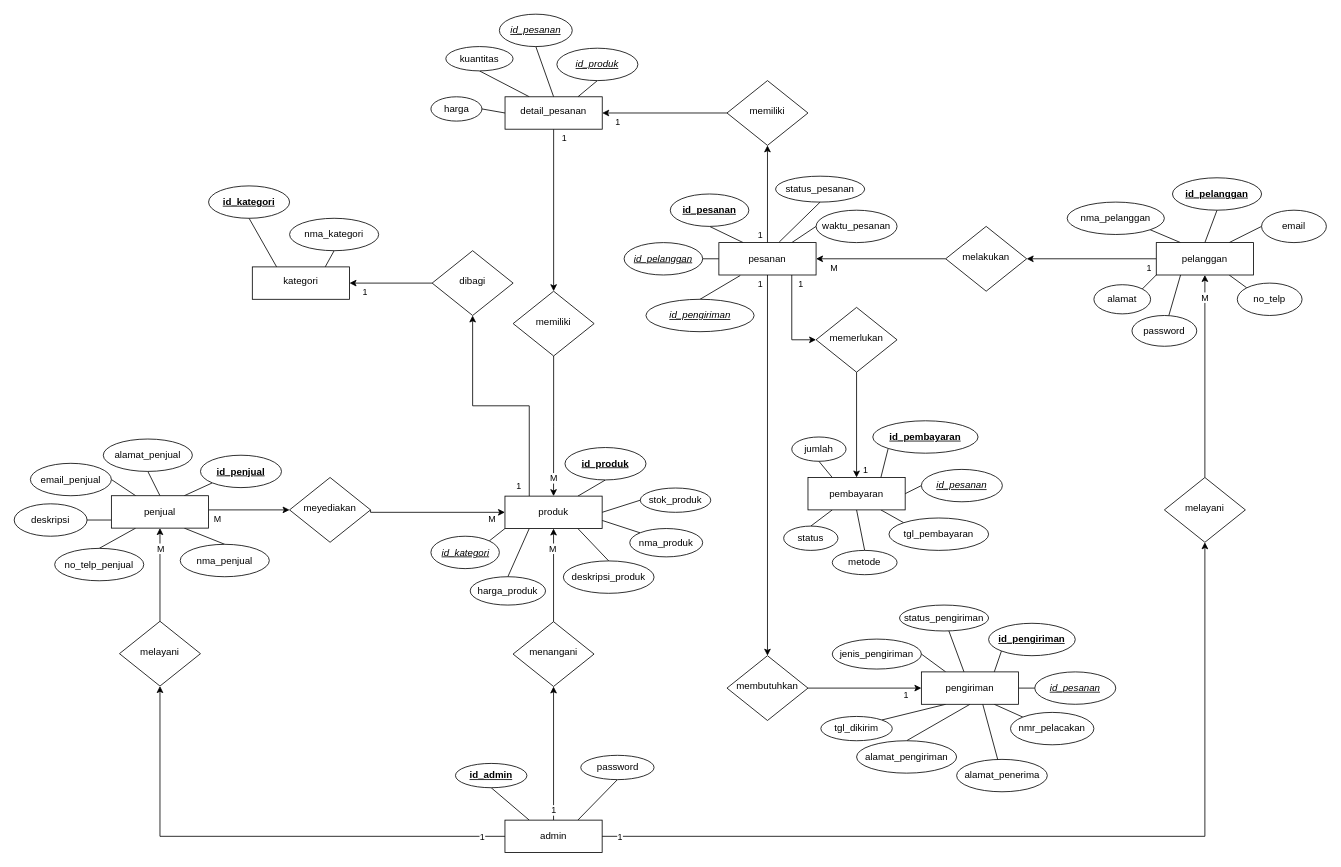
vinnnna/sistem-basis-data keeps this draw.io diagram as e-commerce_erd.drawio. Above is the earlier version. Source tidied: cells renumbered, new cells numbered last; positions are measured from the earlier drawing's top-left corner, leaving out a move shared by most shapes. Both pictures are drawn from the tidied source at 81%, with x=0, y=0 at pixel (14, 14).
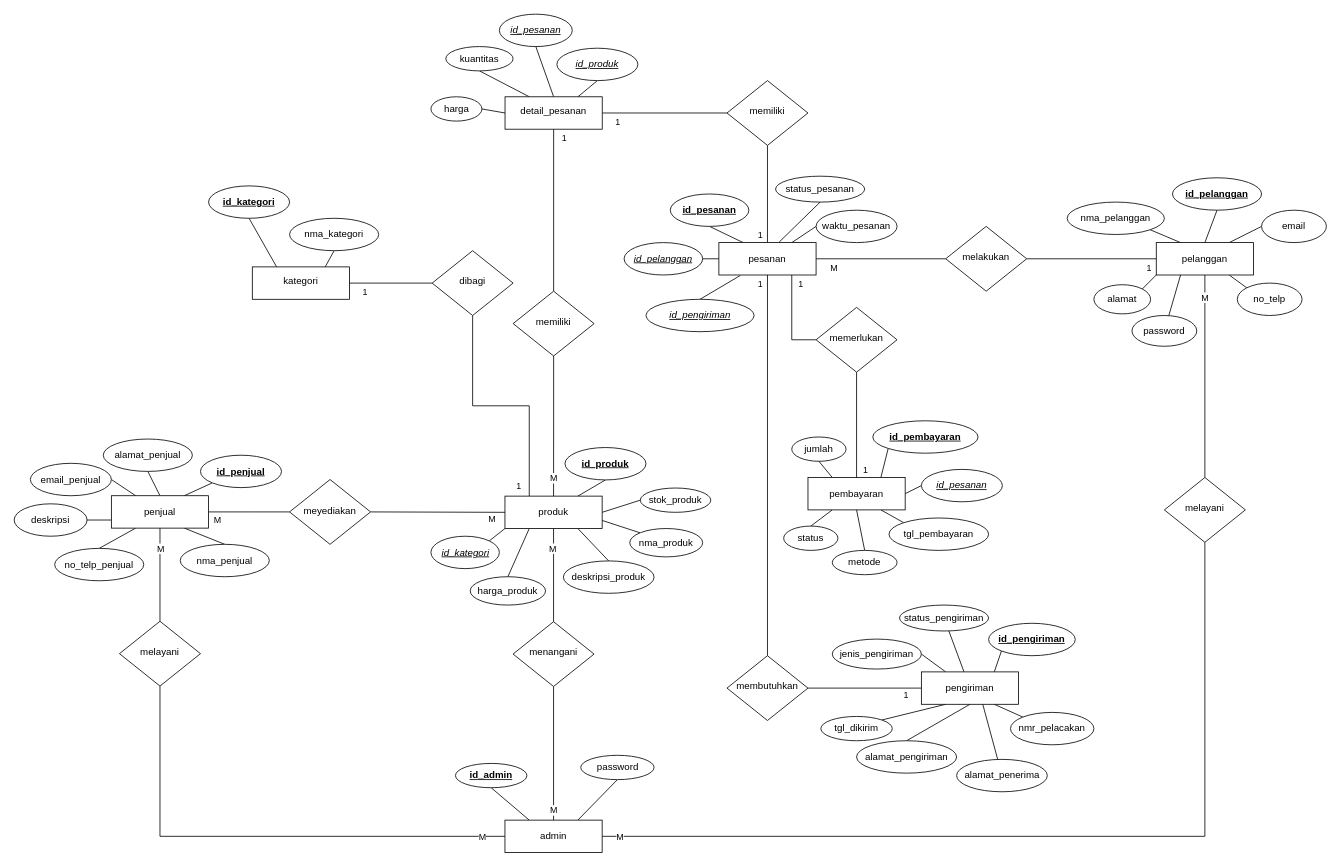
After the change.

Unchanged cells that the change refers to:
```xml
<mxCell id="10" value="admin" style="rounded=1;whiteSpace=wrap;html=1;fontSize=12;glass=0;strokeWidth=1;shadow=0;arcSize=0;" parent="1" vertex="1">
  <mxGeometry x="605.9" y="995" width="120" height="40" as="geometry" />
</mxCell>
<mxCell id="19" value="produk" style="rounded=1;whiteSpace=wrap;html=1;fontSize=12;glass=0;strokeWidth=1;shadow=0;arcSize=0;" parent="1" vertex="1">
  <mxGeometry x="605.9" y="595" width="120" height="40" as="geometry" />
</mxCell>
<mxCell id="22" value="melakukan" style="rhombus;whiteSpace=wrap;html=1;shadow=0;fontFamily=Helvetica;fontSize=12;align=center;strokeWidth=1;spacing=6;spacingTop=-4;" parent="1" vertex="1">
  <mxGeometry x="1150" y="262" width="100" height="80" as="geometry" />
</mxCell>
<mxCell id="35" value="pesanan" style="rounded=1;whiteSpace=wrap;html=1;fontSize=12;glass=0;strokeWidth=1;shadow=0;arcSize=0;" parent="1" vertex="1">
  <mxGeometry x="870" y="282" width="120" height="40" as="geometry" />
</mxCell>
<mxCell id="42" value="pembayaran" style="rounded=1;whiteSpace=wrap;html=1;fontSize=12;glass=0;strokeWidth=1;shadow=0;arcSize=0;" parent="1" vertex="1">
  <mxGeometry x="980" y="572" width="120" height="40" as="geometry" />
</mxCell>
<mxCell id="51" value="penjual" style="rounded=1;whiteSpace=wrap;html=1;fontSize=12;glass=0;strokeWidth=1;shadow=0;arcSize=0;" parent="1" vertex="1">
  <mxGeometry x="120" y="594.5" width="120" height="40" as="geometry" />
</mxCell>
<mxCell id="60" value="pelanggan" style="rounded=1;whiteSpace=wrap;html=1;fontSize=12;glass=0;strokeWidth=1;shadow=0;arcSize=0;" parent="1" vertex="1">
  <mxGeometry x="1410" y="282" width="120" height="40" as="geometry" />
</mxCell>
<mxCell id="63" value="memiliki" style="rhombus;whiteSpace=wrap;html=1;shadow=0;fontFamily=Helvetica;fontSize=12;align=center;strokeWidth=1;spacing=6;spacingTop=-4;" parent="1" vertex="1">
  <mxGeometry x="616" y="342" width="100" height="80" as="geometry" />
</mxCell>
<mxCell id="66" value="memerlukan" style="rhombus;whiteSpace=wrap;html=1;shadow=0;fontFamily=Helvetica;fontSize=12;align=center;strokeWidth=1;spacing=6;spacingTop=-4;" parent="1" vertex="1">
  <mxGeometry x="990" y="362" width="100" height="80" as="geometry" />
</mxCell>
<mxCell id="70" value="menangani" style="rhombus;whiteSpace=wrap;html=1;shadow=0;fontFamily=Helvetica;fontSize=12;align=center;strokeWidth=1;spacing=6;spacingTop=-4;" parent="1" vertex="1">
  <mxGeometry x="615.9" y="750" width="100" height="80" as="geometry" />
</mxCell>
<mxCell id="75" value="melayani" style="rhombus;whiteSpace=wrap;html=1;shadow=0;fontFamily=Helvetica;fontSize=12;align=center;strokeWidth=1;spacing=6;spacingTop=-4;" parent="1" vertex="1">
  <mxGeometry x="130" y="749.5" width="100" height="80" as="geometry" />
</mxCell>
<mxCell id="78" value="melayani" style="rhombus;whiteSpace=wrap;html=1;shadow=0;fontFamily=Helvetica;fontSize=12;align=center;strokeWidth=1;spacing=6;spacingTop=-4;" parent="1" vertex="1">
  <mxGeometry x="1420" y="572" width="100" height="80" as="geometry" />
</mxCell>
<mxCell id="81" value="memiliki" style="rhombus;whiteSpace=wrap;html=1;shadow=0;fontFamily=Helvetica;fontSize=12;align=center;strokeWidth=1;spacing=6;spacingTop=-4;" parent="1" vertex="1">
  <mxGeometry x="880" y="82" width="100" height="80" as="geometry" />
</mxCell>
<mxCell id="86" value="detail_pesanan" style="whiteSpace=wrap;html=1;shadow=0;strokeWidth=1;spacing=6;spacingTop=-4;" parent="1" vertex="1">
  <mxGeometry x="606" y="102" width="120" height="40" as="geometry" />
</mxCell>
<mxCell id="89" value="kategori" style="whiteSpace=wrap;html=1;shadow=0;strokeWidth=1;spacing=6;spacingTop=-4;" parent="1" vertex="1">
  <mxGeometry x="294" y="312" width="120" height="40" as="geometry" />
</mxCell>
<mxCell id="92" value="dibagi" style="rhombus;whiteSpace=wrap;html=1;shadow=0;fontFamily=Helvetica;fontSize=12;align=center;strokeWidth=1;spacing=6;spacingTop=-4;" parent="1" vertex="1">
  <mxGeometry x="516" y="292" width="100" height="80" as="geometry" />
</mxCell>
<mxCell id="95" value="membutuhkan" style="rhombus;whiteSpace=wrap;html=1;shadow=0;fontFamily=Helvetica;fontSize=12;align=center;strokeWidth=1;spacing=6;spacingTop=-4;" parent="1" vertex="1">
  <mxGeometry x="880" y="792" width="100" height="80" as="geometry" />
</mxCell>
<mxCell id="103" value="pengiriman" style="rounded=1;whiteSpace=wrap;html=1;fontSize=12;glass=0;strokeWidth=1;shadow=0;arcSize=0;" parent="1" vertex="1">
  <mxGeometry x="1120" y="812" width="120" height="40" as="geometry" />
</mxCell>
```

What changed in the source:
```diff
@@
-    <mxCell id="2" style="edgeStyle=orthogonalEdgeStyle;rounded=0;jettySize=auto;html=1;exitX=0.5;exitY=0;exitDx=0;exitDy=0;entryX=0.5;entryY=1;entryDx=0;entryDy=0;" parent="1" edge="1" source="10" target="70">
+    <mxCell id="2" style="edgeStyle=orthogonalEdgeStyle;rounded=0;jettySize=auto;html=1;exitX=0.5;exitY=0;exitDx=0;exitDy=0;entryX=0.5;entryY=1;entryDx=0;entryDy=0;endArrow=none;endFill=0;" parent="1" edge="1" source="10" target="70">
       <mxGeometry relative="1" as="geometry" />
     </mxCell>
-    <mxCell id="3" value="1" style="edgeLabel;html=1;align=center;verticalAlign=middle;" parent="2" vertex="1">
+    <mxCell id="3" value="M" style="edgeLabel;html=1;align=center;verticalAlign=middle;" parent="2" vertex="1">
       <mxGeometry x="-0.84" relative="1" as="geometry" />
     </mxCell>
-    <mxCell id="4" style="edgeStyle=orthogonalEdgeStyle;rounded=0;jettySize=auto;html=1;entryX=0.5;entryY=1;entryDx=0;entryDy=0;exitX=0;exitY=0.5;exitDx=0;exitDy=0;" parent="1" edge="1" source="10" target="75">
+    <mxCell id="4" style="edgeStyle=orthogonalEdgeStyle;rounded=0;jettySize=auto;html=1;entryX=0.5;entryY=1;entryDx=0;entryDy=0;exitX=0;exitY=0.5;exitDx=0;exitDy=0;endArrow=none;endFill=0;" parent="1" edge="1" source="10" target="75">
       <mxGeometry relative="1" as="geometry" />
     </mxCell>
-    <mxCell id="5" value="1" style="edgeLabel;html=1;align=center;verticalAlign=middle;" parent="4" vertex="1">
+    <mxCell id="5" value="M" style="edgeLabel;html=1;align=center;verticalAlign=middle;" parent="4" vertex="1">
       <mxGeometry x="-0.91" relative="1" as="geometry" />
     </mxCell>
-    <mxCell id="6" style="edgeStyle=orthogonalEdgeStyle;rounded=0;jettySize=auto;html=1;exitX=0.5;exitY=0;exitDx=0;exitDy=0;entryX=0.5;entryY=1;entryDx=0;entryDy=0;" parent="1" edge="1" source="78" target="60">
+    <mxCell id="6" style="edgeStyle=orthogonalEdgeStyle;rounded=0;jettySize=auto;html=1;exitX=0.5;exitY=0;exitDx=0;exitDy=0;entryX=0.5;entryY=1;entryDx=0;entryDy=0;endArrow=none;endFill=0;" parent="1" edge="1" source="78" target="60">
       <mxGeometry relative="1" as="geometry" />
     </mxCell>
@@
-    <mxCell id="11" style="edgeStyle=orthogonalEdgeStyle;rounded=0;jettySize=auto;html=1;exitX=0.25;exitY=0;exitDx=0;exitDy=0;entryX=0.5;entryY=1;entryDx=0;entryDy=0;" parent="1" edge="1" source="19" target="92">
+    <mxCell id="11" style="edgeStyle=orthogonalEdgeStyle;rounded=0;jettySize=auto;html=1;exitX=0.25;exitY=0;exitDx=0;exitDy=0;entryX=0.5;entryY=1;entryDx=0;entryDy=0;endArrow=none;endFill=0;" parent="1" edge="1" source="19" target="92">
       <mxGeometry relative="1" as="geometry" />
     </mxCell>
@@
-    <mxCell id="20" style="edgeStyle=orthogonalEdgeStyle;rounded=0;jettySize=auto;html=1;exitX=0;exitY=0.5;exitDx=0;exitDy=0;entryX=1;entryY=0.5;entryDx=0;entryDy=0;" parent="1" edge="1" source="22" target="35">
+    <mxCell id="20" style="edgeStyle=orthogonalEdgeStyle;rounded=0;jettySize=auto;html=1;exitX=0;exitY=0.5;exitDx=0;exitDy=0;entryX=1;entryY=0.5;entryDx=0;entryDy=0;endArrow=none;endFill=0;" parent="1" edge="1" source="22" target="35">
       <mxGeometry relative="1" as="geometry" />
     </mxCell>
@@
-    <mxCell id="23" style="edgeStyle=orthogonalEdgeStyle;rounded=0;jettySize=auto;html=1;exitX=0.75;exitY=1;exitDx=0;exitDy=0;entryX=0;entryY=0.5;entryDx=0;entryDy=0;" parent="1" edge="1" source="35" target="66">
+    <mxCell id="23" style="edgeStyle=orthogonalEdgeStyle;rounded=0;jettySize=auto;html=1;exitX=0.75;exitY=1;exitDx=0;exitDy=0;entryX=0;entryY=0.5;entryDx=0;entryDy=0;endArrow=none;endFill=0;" parent="1" edge="1" source="35" target="66">
       <mxGeometry relative="1" as="geometry" />
     </mxCell>
@@
-    <mxCell id="25" style="edgeStyle=orthogonalEdgeStyle;rounded=0;jettySize=auto;html=1;exitX=0.5;exitY=1;exitDx=0;exitDy=0;entryX=0.5;entryY=0;entryDx=0;entryDy=0;" parent="1" edge="1" source="86" target="63">
+    <mxCell id="25" style="edgeStyle=orthogonalEdgeStyle;rounded=0;jettySize=auto;html=1;exitX=0.5;exitY=1;exitDx=0;exitDy=0;entryX=0.5;entryY=0;entryDx=0;entryDy=0;endArrow=none;endFill=0;" parent="1" edge="1" source="86" target="63">
       <mxGeometry relative="1" as="geometry" />
     </mxCell>
@@
-    <mxCell id="27" style="edgeStyle=orthogonalEdgeStyle;rounded=0;jettySize=auto;html=1;exitX=0.5;exitY=0;exitDx=0;exitDy=0;entryX=0.5;entryY=1;entryDx=0;entryDy=0;" parent="1" edge="1" source="35" target="81">
+    <mxCell id="27" style="edgeStyle=orthogonalEdgeStyle;rounded=0;jettySize=auto;html=1;exitX=0.5;exitY=0;exitDx=0;exitDy=0;entryX=0.5;entryY=1;entryDx=0;entryDy=0;endArrow=none;endFill=0;" parent="1" edge="1" source="35" target="81">
       <mxGeometry relative="1" as="geometry" />
     </mxCell>
@@
-    <mxCell id="29" style="edgeStyle=orthogonalEdgeStyle;rounded=0;jettySize=auto;html=1;exitX=0.5;exitY=1;exitDx=0;exitDy=0;entryX=0.5;entryY=0;entryDx=0;entryDy=0;" parent="1" edge="1" source="35" target="95">
+    <mxCell id="29" style="edgeStyle=orthogonalEdgeStyle;rounded=0;jettySize=auto;html=1;exitX=0.5;exitY=1;exitDx=0;exitDy=0;entryX=0.5;entryY=0;entryDx=0;entryDy=0;endArrow=none;endFill=0;" parent="1" edge="1" source="35" target="95">
       <mxGeometry relative="1" as="geometry" />
     </mxCell>
@@
-    <mxCell id="43" style="edgeStyle=orthogonalEdgeStyle;rounded=0;jettySize=auto;html=1;entryX=0;entryY=0.5;entryDx=0;entryDy=0;" parent="1" edge="1" source="51" target="69">
+    <mxCell id="43" style="edgeStyle=orthogonalEdgeStyle;rounded=0;jettySize=auto;html=1;entryX=0;entryY=0.5;entryDx=0;entryDy=0;endArrow=none;endFill=0;" parent="1" edge="1" source="51" target="69">
       <mxGeometry relative="1" as="geometry">
         <Array as="points">
-          <mxPoint x="340" y="612" />
+          <mxPoint x="290" y="615" />
+          <mxPoint x="290" y="615" />
         </Array>
       </mxGeometry>
     </mxCell>
@@
-    <mxCell id="52" style="edgeStyle=orthogonalEdgeStyle;rounded=0;jettySize=auto;html=1;exitX=0;exitY=0.5;exitDx=0;exitDy=0;entryX=1;entryY=0.5;entryDx=0;entryDy=0;" parent="1" edge="1" source="60" target="22">
+    <mxCell id="52" style="edgeStyle=orthogonalEdgeStyle;rounded=0;jettySize=auto;html=1;exitX=0;exitY=0.5;exitDx=0;exitDy=0;entryX=1;entryY=0.5;entryDx=0;entryDy=0;endArrow=none;endFill=0;" parent="1" edge="1" source="60" target="22">
       <mxGeometry relative="1" as="geometry" />
     </mxCell>
@@
-    <mxCell id="61" style="edgeStyle=orthogonalEdgeStyle;rounded=0;jettySize=auto;html=1;entryX=0.5;entryY=0;entryDx=0;entryDy=0;exitX=0.5;exitY=1;exitDx=0;exitDy=0;" parent="1" edge="1" source="63" target="19">
+    <mxCell id="61" style="edgeStyle=orthogonalEdgeStyle;rounded=0;jettySize=auto;html=1;entryX=0.5;entryY=0;entryDx=0;entryDy=0;exitX=0.5;exitY=1;exitDx=0;exitDy=0;endArrow=none;endFill=0;" parent="1" edge="1" source="63" target="19">
       <mxGeometry relative="1" as="geometry" />
     </mxCell>
@@
-    <mxCell id="64" style="edgeStyle=orthogonalEdgeStyle;rounded=0;jettySize=auto;html=1;" parent="1" edge="1" source="66" target="42">
+    <mxCell id="64" style="edgeStyle=orthogonalEdgeStyle;rounded=0;jettySize=auto;html=1;endArrow=none;endFill=0;" parent="1" edge="1" source="66" target="42">
       <mxGeometry relative="1" as="geometry" />
     </mxCell>
@@
-    <mxCell id="67" style="edgeStyle=orthogonalEdgeStyle;rounded=0;jettySize=auto;html=1;entryX=0;entryY=0.5;entryDx=0;entryDy=0;exitX=1;exitY=0.5;exitDx=0;exitDy=0;" parent="1" edge="1" source="69" target="19">
+    <mxCell id="67" style="edgeStyle=orthogonalEdgeStyle;rounded=0;jettySize=auto;html=1;entryX=0;entryY=0.5;entryDx=0;entryDy=0;exitX=1;exitY=0.5;exitDx=0;exitDy=0;endArrow=none;endFill=0;" parent="1" edge="1" source="69" target="19">
       <mxGeometry relative="1" as="geometry">
         <Array as="points">
           <mxPoint x="440" y="615" />
         </Array>
       </mxGeometry>
     </mxCell>
@@
     <mxCell id="69" value="meyediakan" style="rhombus;whiteSpace=wrap;html=1;shadow=0;fontFamily=Helvetica;fontSize=12;align=center;strokeWidth=1;spacing=6;spacingTop=-4;" parent="1" vertex="1">
-      <mxGeometry x="340" y="572" width="100" height="80" as="geometry" />
+      <mxGeometry x="340" y="574.5" width="100" height="80" as="geometry" />
     </mxCell>
@@
-    <mxCell id="71" style="edgeStyle=orthogonalEdgeStyle;rounded=0;jettySize=auto;html=1;exitX=0.5;exitY=0;exitDx=0;exitDy=0;entryX=0.5;entryY=1;entryDx=0;entryDy=0;" parent="1" edge="1" source="70" target="19">
+    <mxCell id="71" style="edgeStyle=orthogonalEdgeStyle;rounded=0;jettySize=auto;html=1;exitX=0.5;exitY=0;exitDx=0;exitDy=0;entryX=0.5;entryY=1;entryDx=0;entryDy=0;endArrow=none;endFill=0;" parent="1" edge="1" source="70" target="19">
       <mxGeometry relative="1" as="geometry" />
     </mxCell>
@@
-    <mxCell id="73" style="edgeStyle=orthogonalEdgeStyle;rounded=0;jettySize=auto;html=1;exitX=0.5;exitY=0;exitDx=0;exitDy=0;entryX=0.5;entryY=1;entryDx=0;entryDy=0;" parent="1" edge="1" source="75" target="51">
+    <mxCell id="73" style="edgeStyle=orthogonalEdgeStyle;rounded=0;jettySize=auto;html=1;exitX=0.5;exitY=0;exitDx=0;exitDy=0;entryX=0.5;entryY=1;entryDx=0;entryDy=0;endArrow=none;endFill=0;" parent="1" edge="1" source="75" target="51">
       <mxGeometry relative="1" as="geometry" />
     </mxCell>
@@
-    <mxCell id="76" style="edgeStyle=orthogonalEdgeStyle;rounded=0;jettySize=auto;html=1;exitX=1;exitY=0.5;exitDx=0;exitDy=0;entryX=0.5;entryY=1;entryDx=0;entryDy=0;" parent="1" edge="1" source="10" target="78">
+    <mxCell id="76" style="edgeStyle=orthogonalEdgeStyle;rounded=0;jettySize=auto;html=1;exitX=1;exitY=0.5;exitDx=0;exitDy=0;entryX=0.5;entryY=1;entryDx=0;entryDy=0;endArrow=none;endFill=0;" parent="1" edge="1" source="10" target="78">
       <mxGeometry relative="1" as="geometry">
         <Array as="points">
           <mxPoint x="1470" y="1015" />
         </Array>
       </mxGeometry>
     </mxCell>
-    <mxCell id="77" value="1" style="edgeLabel;html=1;align=center;verticalAlign=middle;" parent="76" vertex="1">
+    <mxCell id="77" value="M" style="edgeLabel;html=1;align=center;verticalAlign=middle;" parent="76" vertex="1">
       <mxGeometry x="-0.96" relative="1" as="geometry" />
     </mxCell>
@@
-    <mxCell id="79" style="edgeStyle=orthogonalEdgeStyle;rounded=0;jettySize=auto;html=1;entryX=1;entryY=0.5;entryDx=0;entryDy=0;exitX=0;exitY=0.5;exitDx=0;exitDy=0;" parent="1" edge="1" source="81" target="86">
+    <mxCell id="79" style="edgeStyle=orthogonalEdgeStyle;rounded=0;jettySize=auto;html=1;entryX=1;entryY=0.5;entryDx=0;entryDy=0;exitX=0;exitY=0.5;exitDx=0;exitDy=0;endArrow=none;endFill=0;" parent="1" edge="1" source="81" target="86">
       <mxGeometry relative="1" as="geometry" />
     </mxCell>
@@
-    <mxCell id="90" style="edgeStyle=orthogonalEdgeStyle;rounded=0;jettySize=auto;html=1;entryX=1;entryY=0.5;entryDx=0;entryDy=0;exitX=0;exitY=0.5;exitDx=0;exitDy=0;" parent="1" edge="1" source="92" target="89">
+    <mxCell id="90" style="edgeStyle=orthogonalEdgeStyle;rounded=0;jettySize=auto;html=1;entryX=1;entryY=0.5;entryDx=0;entryDy=0;exitX=0;exitY=0.5;exitDx=0;exitDy=0;endArrow=none;endFill=0;" parent="1" edge="1" source="92" target="89">
       <mxGeometry relative="1" as="geometry" />
     </mxCell>
@@
-    <mxCell id="93" style="edgeStyle=orthogonalEdgeStyle;rounded=0;jettySize=auto;html=1;exitX=1;exitY=0.5;exitDx=0;exitDy=0;entryX=0;entryY=0.5;entryDx=0;entryDy=0;" parent="1" edge="1" source="95" target="103">
+    <mxCell id="93" style="edgeStyle=orthogonalEdgeStyle;rounded=0;jettySize=auto;html=1;exitX=1;exitY=0.5;exitDx=0;exitDy=0;entryX=0;entryY=0.5;entryDx=0;entryDy=0;endArrow=none;endFill=0;" parent="1" edge="1" source="95" target="103">
       <mxGeometry relative="1" as="geometry" />
     </mxCell>
@@
-    <mxCell id="98" style="rounded=0;jettySize=auto;html=1;exitX=1;exitY=0.5;exitDx=0;exitDy=0;entryX=0;entryY=0.5;entryDx=0;entryDy=0;endArrow=none;endFill=0;" parent="1" edge="1" source="103" target="133">
-      <mxGeometry relative="1" as="geometry" />
-    </mxCell>
@@
-    <mxCell id="133" value="id_pesanan" style="ellipse;whiteSpace=wrap;html=1;fontStyle=6;" parent="1" vertex="1">
-      <mxGeometry x="1260" y="812" width="100" height="40" as="geometry" />
-    </mxCell>
```
